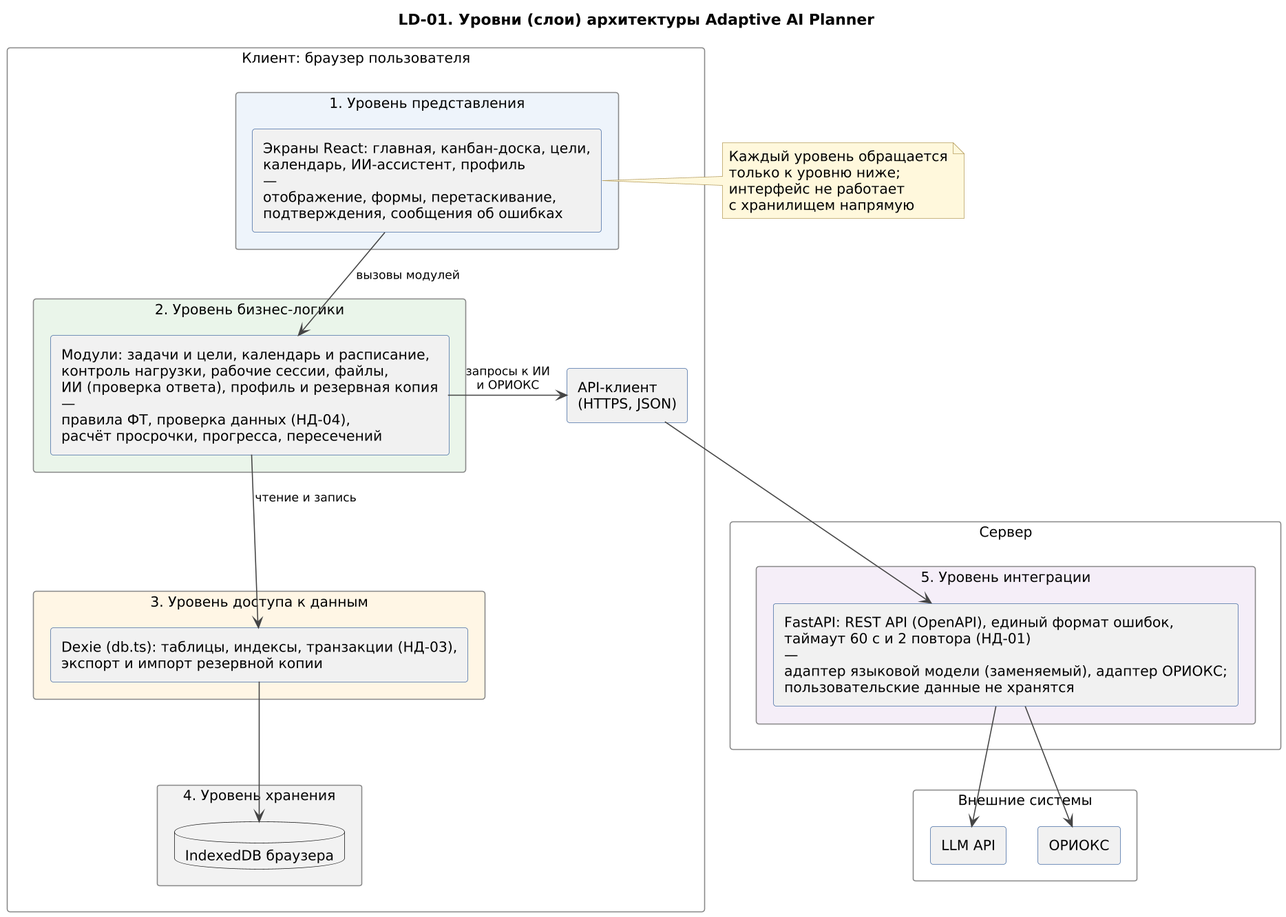
The PlantUML diagram docs/uml/png/LD-01_urovni.png in freez044/kpo_project, before a commit. The source it was exported from:
```plantuml
@startuml LD-01_urovni
!include style.iuml
title LD-01. Уровни (слои) архитектуры Adaptive AI Planner
skinparam packageStyle rectangle
skinparam RectangleFontStyle plain
skinparam PackageFontStyle bold
skinparam nodesep 30
skinparam ranksep 40

package "Клиент: браузер пользователя" as CLIENT {
  package "1. Уровень представления" as L1 #EEF4FB {
    rectangle "Экраны React: главная, канбан-доска, цели,\nкалендарь, ИИ-ассистент, профиль\n—\nотображение, формы, перетаскивание,\nподтверждения, сообщения об ошибках" as R1
  }
  package "2. Уровень бизнес-логики" as L2 #EAF5EA {
    rectangle "Модули: задачи и цели, календарь и расписание,\nконтроль нагрузки, рабочие сессии, файлы,\nИИ (проверка ответа), профиль и резервная копия\n—\nправила ФТ, проверка данных (НД-04),\nрасчёт просрочки, прогресса, пересечений" as R2
  }
  package "3. Уровень доступа к данным" as L3 #FFF6E5 {
    rectangle "Dexie (db.ts): таблицы, индексы, транзакции (НД-03),\nэкспорт и импорт резервной копии" as R3
  }
  package "4. Уровень хранения" as L4 #F2F2F2 {
    database "IndexedDB браузера" as R4
  }
  rectangle "API-клиент\n(HTTPS, JSON)" as APIC
}

package "Сервер" as SERVER {
  package "5. Уровень интеграции" as L5 #F5EEF8 {
    rectangle "FastAPI: REST API (OpenAPI), единый формат ошибок,\nтаймаут 60 с и 2 повтора (НД-01)\n—\nадаптер языковой модели (заменяемый), адаптер ОРИОКС;\nпользовательские данные не хранятся" as R5
  }
}

package "Внешние системы" as EXT {
  rectangle "LLM API" as E1
  rectangle "ОРИОКС" as E2
}

R1 -down-> R2 : вызовы модулей
R2 -down-> R3 : чтение и запись
R3 -down-> R4
R2 -right-> APIC : запросы к ИИ\nи ОРИОКС
APIC -down-> R5
R5 -down-> E1
R5 -down-> E2

note right of R1
  Каждый уровень обращается
  только к уровню ниже;
  интерфейс не работает
  с хранилищем напрямую
end note
@enduml
```
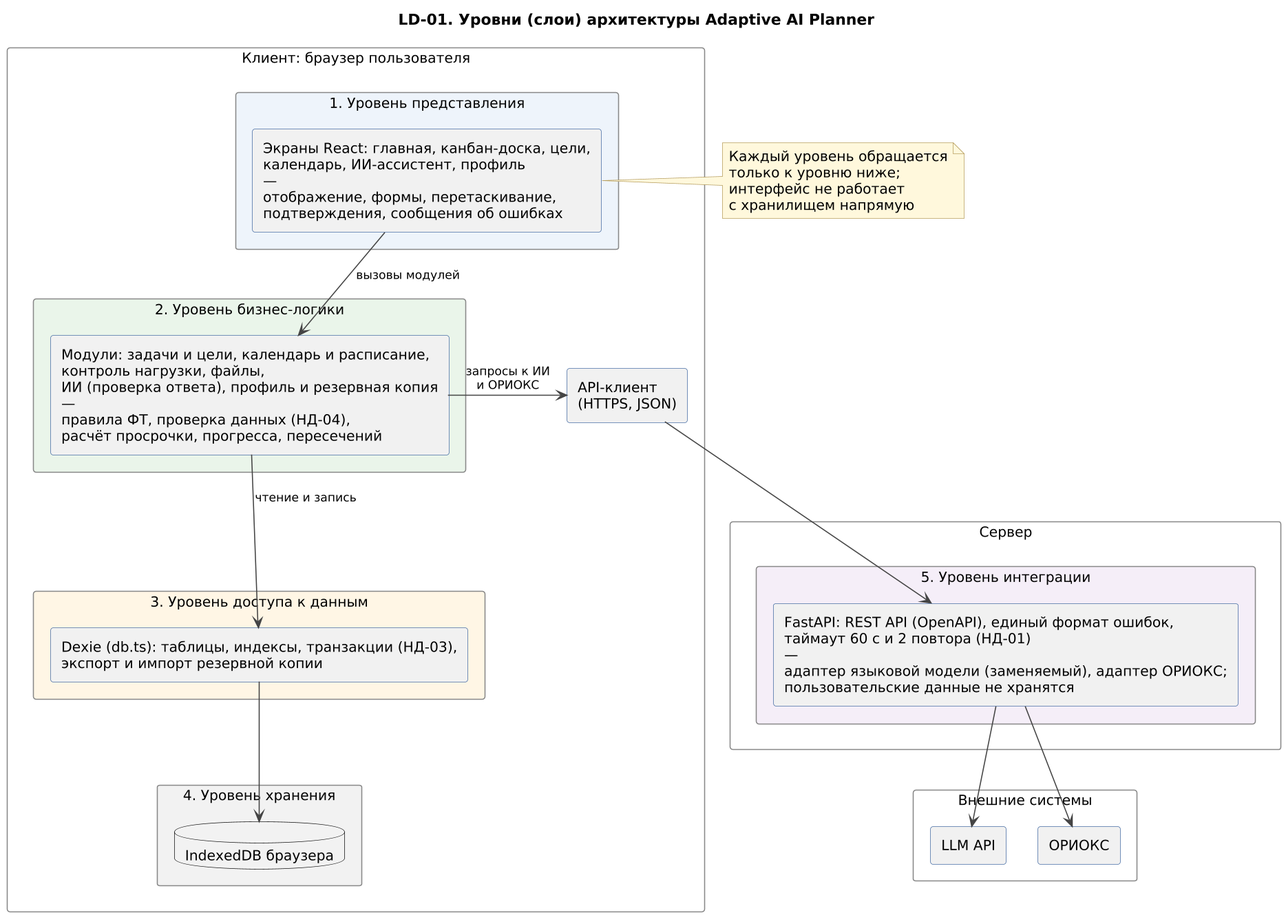
Above is the later version.

The edit, as a diff of the source:
```diff
@@ -12,7 +12,7 @@
     rectangle "Экраны React: главная, канбан-доска, цели,\nкалендарь, ИИ-ассистент, профиль\n—\nотображение, формы, перетаскивание,\nподтверждения, сообщения об ошибках" as R1
   }
   package "2. Уровень бизнес-логики" as L2 #EAF5EA {
-    rectangle "Модули: задачи и цели, календарь и расписание,\nконтроль нагрузки, рабочие сессии, файлы,\nИИ (проверка ответа), профиль и резервная копия\n—\nправила ФТ, проверка данных (НД-04),\nрасчёт просрочки, прогресса, пересечений" as R2
+    rectangle "Модули: задачи и цели, календарь и расписание,\nконтроль нагрузки, файлы,\nИИ (проверка ответа), профиль и резервная копия\n—\nправила ФТ, проверка данных (НД-04),\nрасчёт просрочки, прогресса, пересечений" as R2
   }
   package "3. Уровень доступа к данным" as L3 #FFF6E5 {
     rectangle "Dexie (db.ts): таблицы, индексы, транзакции (НД-03),\nэкспорт и импорт резервной копии" as R3
```
